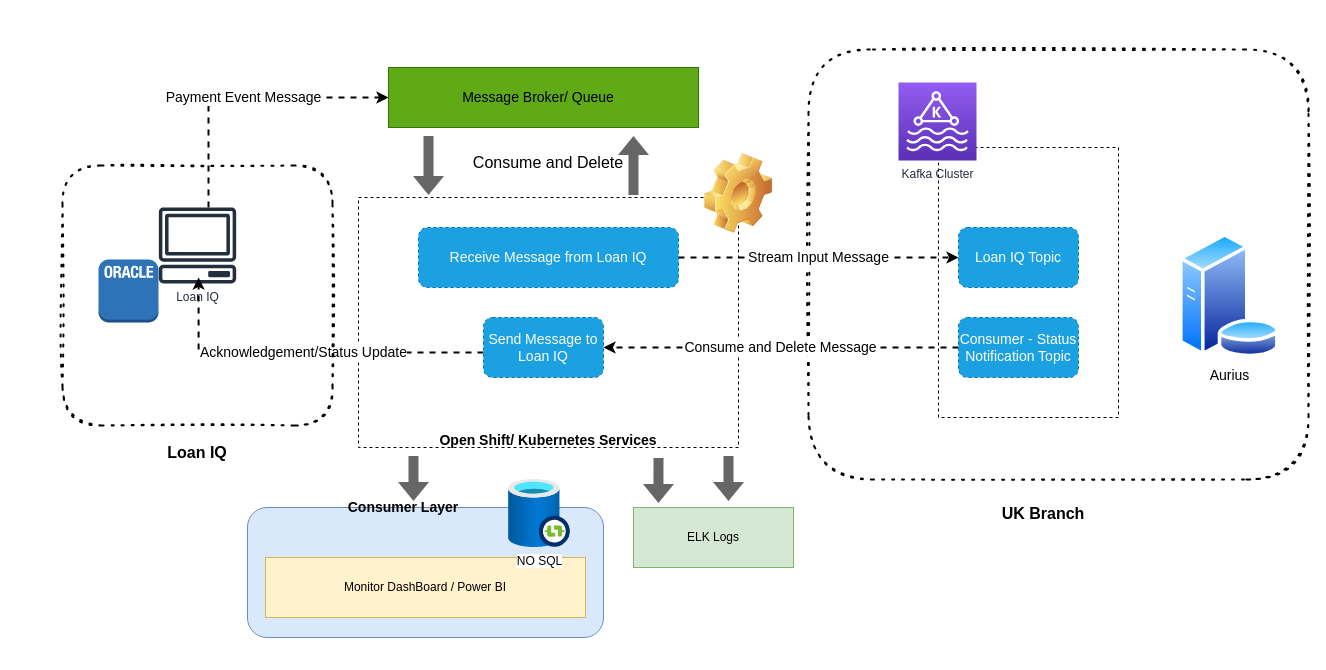
Above: KafkaTopology.drawio in AnkurMadaan/Ankur (draw.io), before the change. Source tidied: cells renumbered, new cells numbered last; positions are measured from the earlier drawing's top-left corner, leaving out a move shared by most shapes. Both pictures are drawn from the tidied source at 100%, with x=0, y=0 at pixel (62, 49).
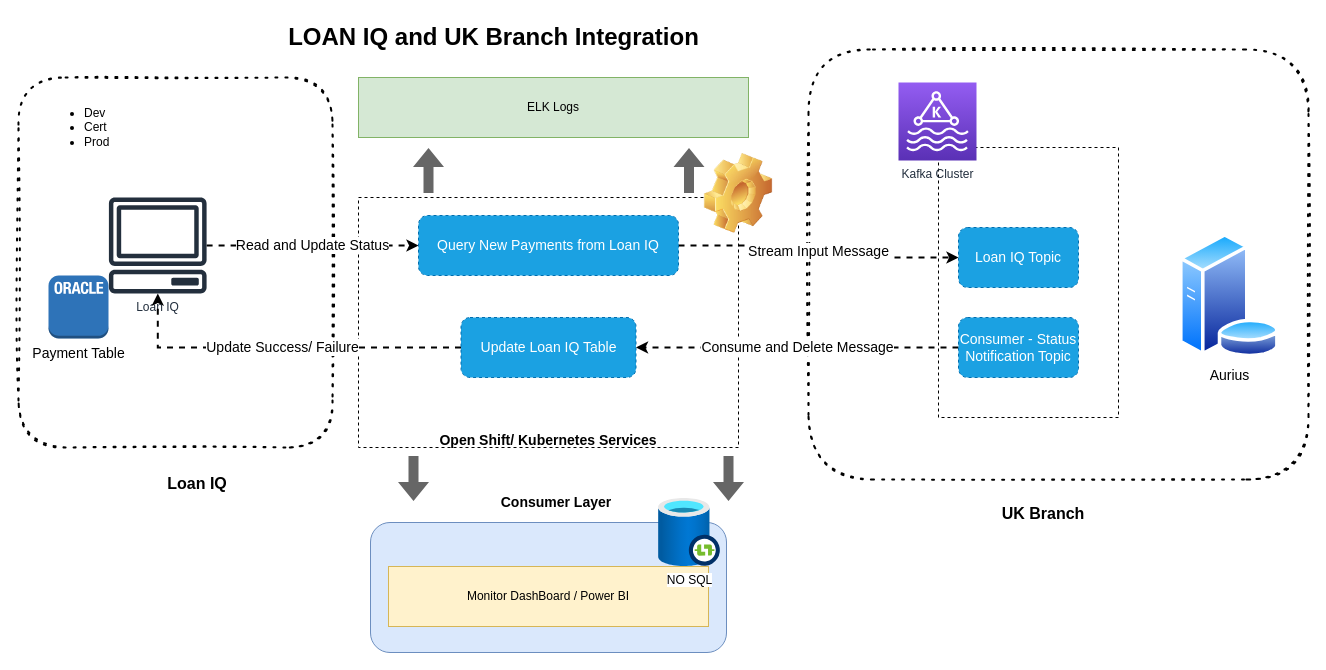
Above is the later version.

What changed in the source:
```diff
@@
+    <mxCell id="28" style="rounded=1;whiteSpace=wrap;html=1;dashed=1;fontSize=14;fontColor=#000000;strokeColor=#000000;fillColor=none;dashPattern=1 4;glass=1;sketch=1;perimeterSpacing=1;strokeWidth=2;" parent="1" vertex="1">
+      <mxGeometry x="-44" y="28" width="314" height="370" as="geometry" />
+    </mxCell>
@@
-    <mxCell id="4" style="dashed=0;verticalLabelPosition=bottom;verticalAlign=top;align=center;html=1;shape=mxgraph.aws3.oracle_db_instance_2;fillColor=#2E73B8;gradientColor=none;fontSize=14;" parent="1" vertex="1">
-      <mxGeometry x="36" y="210" width="60" height="63" as="geometry" />
+    <mxCell id="4" value="Payment Table" style="dashed=0;verticalLabelPosition=bottom;verticalAlign=top;align=center;html=1;shape=mxgraph.aws3.oracle_db_instance_2;fillColor=#2E73B8;gradientColor=none;fontSize=14;" parent="1" vertex="1">
+      <mxGeometry x="-14" y="226" width="60" height="63" as="geometry" />
     </mxCell>
@@
-    <mxCell id="6" style="rounded=0;whiteSpace=wrap;html=1;fontSize=14;fillColor=#60a917;strokeColor=#2D7600;fontColor=#ffffff;" parent="1" vertex="1">
-      <mxGeometry x="326" y="18" width="310" height="60" as="geometry" />
-    </mxCell>
     <mxCell id="7" style="rounded=1;whiteSpace=wrap;html=1;fillColor=#dae8fc;strokeColor=#6c8ebf;" parent="1" vertex="1">
-      <mxGeometry x="185" y="458" width="356" height="130" as="geometry" />
+      <mxGeometry x="308" y="473" width="356" height="130" as="geometry" />
     </mxCell>
     <mxCell id="8" value="Monitor DashBoard / Power BI" style="rounded=0;whiteSpace=wrap;html=1;fillColor=#fff2cc;strokeColor=#d6b656;" parent="1" vertex="1">
-      <mxGeometry x="203" y="508" width="320" height="60" as="geometry" />
+      <mxGeometry x="326" y="517" width="320" height="60" as="geometry" />
     </mxCell>
     <mxCell id="9" value="ELK Logs" style="rounded=0;whiteSpace=wrap;html=1;fillColor=#d5e8d4;strokeColor=#82b366;" parent="1" vertex="1">
-      <mxGeometry x="571" y="458" width="160" height="60" as="geometry" />
+      <mxGeometry x="296" y="28" width="390" height="60" as="geometry" />
     </mxCell>
     <mxCell id="10" value="&lt;b&gt;&lt;font style=&quot;font-size: 14px&quot;&gt;Consumer Layer&lt;/font&gt;&lt;/b&gt;" style="text;html=1;strokeColor=none;fillColor=none;align=center;verticalAlign=middle;whiteSpace=wrap;rounded=0;" parent="1" vertex="1">
-      <mxGeometry x="261" y="438" width="160" height="40" as="geometry" />
+      <mxGeometry x="413.5" y="433" width="160" height="40" as="geometry" />
     </mxCell>
-    <mxCell id="11" value="Message Broker/ Queue" style="text;html=1;strokeColor=none;fillColor=none;align=center;verticalAlign=middle;whiteSpace=wrap;rounded=0;fontSize=14;" parent="1" vertex="1">
-      <mxGeometry x="381" y="33" width="190" height="30" as="geometry" />
-    </mxCell>
@@
-    <mxCell id="13" value="Payment Event Message" style="edgeStyle=orthogonalEdgeStyle;rounded=0;jettySize=auto;html=1;entryX=0;entryY=0.5;entryDx=0;entryDy=0;fontSize=14;fillColor=#666666;dashed=1;strokeWidth=2;" parent="1" edge="1" source="14" target="6">
-      <mxGeometry relative="1" as="geometry">
-        <Array as="points">
-          <mxPoint x="146" y="48" />
-        </Array>
-      </mxGeometry>
-    </mxCell>
+    <mxCell id="36" value="Read and Update Status" style="edgeStyle=orthogonalEdgeStyle;rounded=0;jettySize=auto;html=1;dashed=1;fontSize=14;fontColor=#000000;strokeWidth=2;fillColor=#666666;" parent="1" edge="1" source="14" target="21">
+      <mxGeometry relative="1" as="geometry" />
+    </mxCell>
     <mxCell id="14" value="Loan IQ" style="sketch=0;outlineConnect=0;fontColor=#232F3E;gradientColor=none;fillColor=#232F3D;strokeColor=none;dashed=0;verticalLabelPosition=bottom;verticalAlign=top;align=center;html=1;fontSize=12;fontStyle=0;shape=mxgraph.aws4.client;" parent="1" vertex="1">
-      <mxGeometry x="96" y="158" width="78" height="76" as="geometry" />
+      <mxGeometry x="46" y="148" width="98.5" height="96" as="geometry" />
     </mxCell>
@@
-    <mxCell id="16" style="endArrow=classic;html=1;rounded=0;fontSize=14;strokeColor=none;shape=flexArrow;fillColor=#666666;" parent="1" edge="1">
-      <mxGeometry relative="1" as="geometry">
-        <mxPoint x="366" y="86" as="sourcePoint" />
-        <mxPoint x="366" y="146" as="targetPoint" />
-      </mxGeometry>
-    </mxCell>
-    <mxCell id="17" style="endArrow=classic;html=1;rounded=0;fontSize=14;strokeColor=none;shape=flexArrow;fillColor=#666666;" parent="1" edge="1">
-      <mxGeometry relative="1" as="geometry">
-        <mxPoint x="571" y="146" as="sourcePoint" />
-        <mxPoint x="571" y="86" as="targetPoint" />
-      </mxGeometry>
-    </mxCell>
@@
-    <mxCell id="21" value="Receive Message from Loan IQ" style="rounded=1;whiteSpace=wrap;html=1;dashed=1;fontSize=14;fontColor=#ffffff;strokeColor=#006EAF;fillColor=#1ba1e2;" parent="1" vertex="1">
-      <mxGeometry x="356" y="178" width="260" height="60" as="geometry" />
+    <mxCell id="21" value="Query New Payments from Loan IQ" style="rounded=1;whiteSpace=wrap;html=1;dashed=1;fontSize=14;fontColor=#ffffff;strokeColor=#006EAF;fillColor=#1ba1e2;" parent="1" vertex="1">
+      <mxGeometry x="356" y="166" width="260" height="60" as="geometry" />
     </mxCell>
-    <mxCell id="22" value="Acknowledgement/Status Update" style="edgeStyle=orthogonalEdgeStyle;rounded=0;jettySize=auto;html=1;entryX=0.504;entryY=0.431;entryDx=0;entryDy=0;entryPerimeter=0;dashed=1;fontSize=14;fontColor=#000000;strokeWidth=2;fillColor=#666666;" parent="1" edge="1" source="23" target="28">
-      <mxGeometry relative="1" as="geometry">
-        <Array as="points">
-          <mxPoint x="136" y="303" />
-        </Array>
-      </mxGeometry>
-    </mxCell>
+    <mxCell id="37" value="Update Success/ Failure" style="edgeStyle=orthogonalEdgeStyle;rounded=0;jettySize=auto;html=1;dashed=1;fontSize=14;fontColor=#000000;strokeWidth=2;fillColor=#666666;" parent="1" edge="1" source="23" target="14">
+      <mxGeometry relative="1" as="geometry" />
+    </mxCell>
-    <mxCell id="23" value="Send Message to Loan IQ" style="rounded=1;whiteSpace=wrap;html=1;dashed=1;fontSize=14;fontColor=#ffffff;strokeColor=#006EAF;fillColor=#1ba1e2;" parent="1" vertex="1">
-      <mxGeometry x="421" y="268" width="120" height="60" as="geometry" />
+    <mxCell id="23" value="Update Loan IQ Table" style="rounded=1;whiteSpace=wrap;html=1;dashed=1;fontSize=14;fontColor=#ffffff;strokeColor=#006EAF;fillColor=#1ba1e2;" parent="1" vertex="1">
+      <mxGeometry x="398.5" y="268" width="175" height="60" as="geometry" />
     </mxCell>
@@
-    <mxCell id="28" style="rounded=1;whiteSpace=wrap;html=1;dashed=1;fontSize=14;fontColor=#000000;strokeColor=#000000;fillColor=none;dashPattern=1 4;glass=1;sketch=1;perimeterSpacing=1;strokeWidth=2;" parent="1" vertex="1">
-      <mxGeometry y="116" width="270" height="260" as="geometry" />
-    </mxCell>
     <mxCell id="29" value="NO SQL" style="html=1;align=center;image;fontSize=12;image=img/lib/azure2/databases/SSIS_Lift_And_Shift_IR.svg;rounded=1;glass=1;dashed=1;dashPattern=1 4;sketch=1;fontColor=#000000;strokeColor=#000000;strokeWidth=2;fillColor=none;" parent="1" vertex="1">
-      <mxGeometry x="446" y="430" width="62" height="68" as="geometry" />
+      <mxGeometry x="596" y="449" width="62" height="68" as="geometry" />
     </mxCell>
-    <mxCell id="30" style="endArrow=classic;html=1;rounded=0;fontSize=14;strokeColor=none;shape=flexArrow;fillColor=#666666;entryX=0.156;entryY=-0.067;entryDx=0;entryDy=0;entryPerimeter=0;" parent="1" edge="1" target="9">
-      <mxGeometry relative="1" as="geometry">
-        <mxPoint x="596" y="408" as="sourcePoint" />
-      </mxGeometry>
-    </mxCell>
@@
-    <mxCell id="34" value="Consume and Delete" style="text;html=1;strokeColor=none;fillColor=none;align=center;verticalAlign=middle;whiteSpace=wrap;rounded=0;glass=1;dashed=1;dashPattern=1 4;sketch=1;fontSize=16;fontColor=#000000;" parent="1" vertex="1">
-      <mxGeometry x="391" y="98" width="190" height="30" as="geometry" />
-    </mxCell>
     <mxCell id="35" value="Loan IQ" style="text;html=1;strokeColor=none;fillColor=none;align=center;verticalAlign=middle;whiteSpace=wrap;rounded=0;glass=1;dashed=1;dashPattern=1 4;sketch=1;fontSize=16;fontColor=#000000;fontStyle=1;" parent="1" vertex="1">
-      <mxGeometry x="80" y="388" width="110" height="30" as="geometry" />
+      <mxGeometry x="80" y="419" width="110" height="30" as="geometry" />
     </mxCell>
+    <mxCell id="38" value="LOAN IQ and UK Branch Integration" style="text;strokeColor=none;fillColor=none;html=1;fontSize=24;fontStyle=1;verticalAlign=middle;align=center;" parent="1" vertex="1">
+      <mxGeometry x="166" y="-32" width="530" height="40" as="geometry" />
+    </mxCell>
+    <mxCell id="39" style="endArrow=classic;html=1;rounded=0;fontSize=14;strokeColor=none;shape=flexArrow;fillColor=#666666;entryX=0.156;entryY=-0.067;entryDx=0;entryDy=0;entryPerimeter=0;" parent="1" edge="1">
+      <mxGeometry relative="1" as="geometry">
+        <mxPoint x="366" y="144" as="sourcePoint" />
+        <mxPoint x="366" y="98" as="targetPoint" />
+      </mxGeometry>
+    </mxCell>
+    <mxCell id="40" style="endArrow=classic;html=1;rounded=0;fontSize=14;strokeColor=none;shape=flexArrow;fillColor=#666666;entryX=0.156;entryY=-0.067;entryDx=0;entryDy=0;entryPerimeter=0;" parent="1" edge="1">
+      <mxGeometry relative="1" as="geometry">
+        <mxPoint x="626.5" y="144" as="sourcePoint" />
+        <mxPoint x="626.5" y="98" as="targetPoint" />
+      </mxGeometry>
+    </mxCell>
+    <mxCell id="41" value="&lt;ul&gt;&lt;li&gt;Dev&lt;br&gt;&lt;/li&gt;&lt;li&gt;Cert&lt;/li&gt;&lt;li&gt;Prod&lt;/li&gt;&lt;/ul&gt;" style="text;strokeColor=none;fillColor=none;html=1;whiteSpace=wrap;verticalAlign=middle;overflow=hidden;" parent="1" vertex="1">
+      <mxGeometry x="-20" y="38" width="100" height="80" as="geometry" />
+    </mxCell>
```
